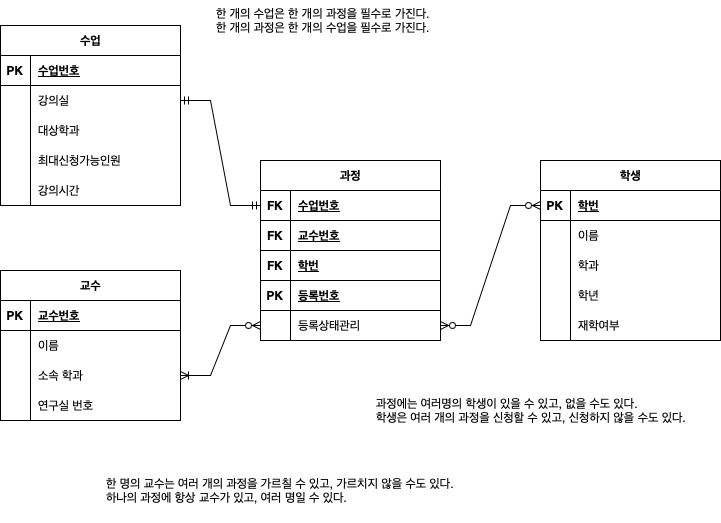
ikkjun/SQL keeps this draw.io diagram as Data Modeling/수강신청.drawio.png. Above is the earlier version. Source tidied: cells renumbered, new cells last; positions are measured from the earlier drawing's top-left corner, leaving out a move shared by most shapes.
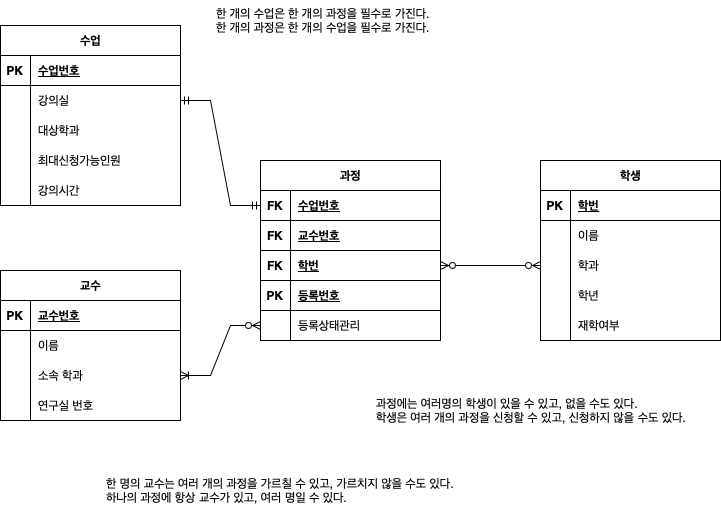
After the commit.

Commit message:
수강신청.drawio.png 업데이트

What changed in the source:
```diff
@@ -197,7 +197,7 @@
     <mxCell id="66" value="과정에는 여러명의 학생이 있을 수 있고, 없을 수도 있다. &lt;br&gt;학생은 여러 개의 과정을 신청할 수 있고, 신청하지 않을 수도 있다." style="text;strokeColor=none;fillColor=none;spacingLeft=4;spacingRight=4;overflow=hidden;fontSize=12;whiteSpace=wrap;html=1;" parent="1" vertex="1">
       <mxGeometry x="370" y="390" width="350" height="50" as="geometry" />
     </mxCell>
-    <mxCell id="67" style="edgeStyle=entityRelationEdgeStyle;fontSize=12;html=1;endArrow=ERzeroToMany;endFill=1;startArrow=ERzeroToMany;rounded=0;entryX=0;entryY=0.5;entryDx=0;entryDy=0;exitX=1;exitY=0.5;exitDx=0;exitDy=0;" parent="1" edge="1" source="61" target="32">
+    <mxCell id="67" style="edgeStyle=entityRelationEdgeStyle;fontSize=12;html=1;endArrow=ERzeroToMany;endFill=1;startArrow=ERzeroToMany;rounded=0;entryX=0;entryY=0.5;entryDx=0;entryDy=0;exitX=1;exitY=0.5;exitDx=0;exitDy=0;" parent="1" edge="1" source="55" target="38">
       <mxGeometry relative="1" as="geometry">
         <Array as="points">
           <mxPoint x="400" y="250" />
```
